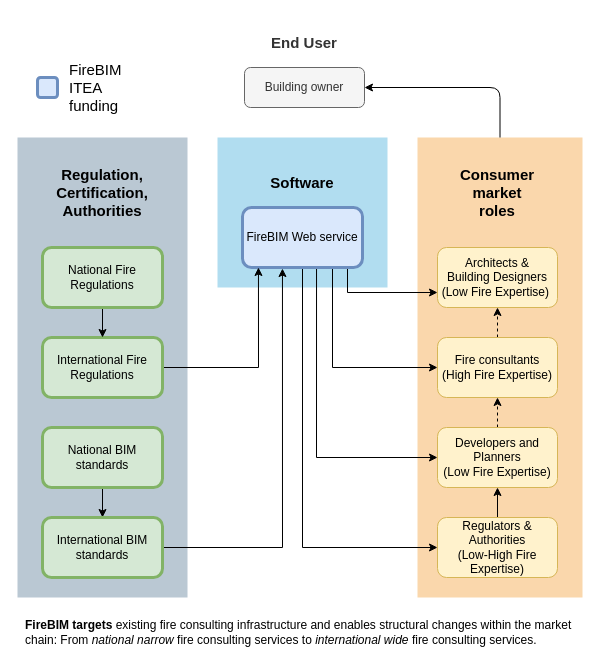
This is diagram/FireBIM Market Value Chain Ultra Lite.drawio from Kristoffernegendahl/fireBIM, a draw.io file, before an edit. Source tidied: cells renumbered, new cells numbered last; positions are measured from the earlier drawing's top-left corner, leaving out a move shared by most shapes. Both pictures are drawn from the tidied source at 100%, with x=0, y=0 at pixel (17, 17).
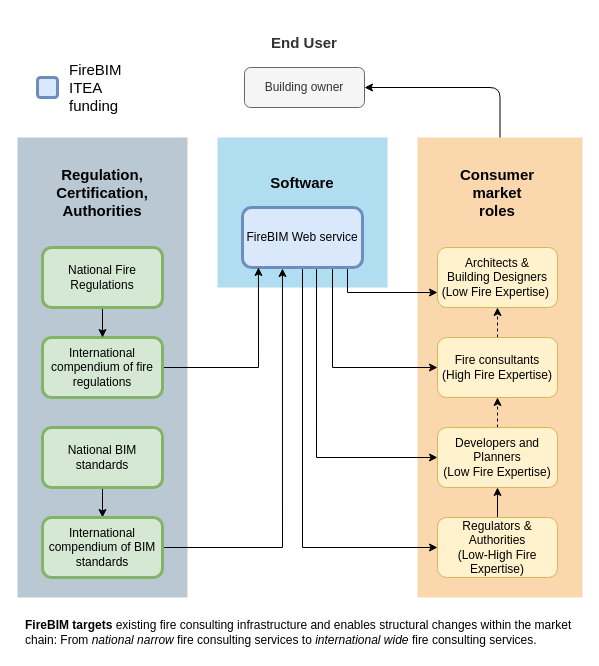
After the change.

The edit, as a diff of the source:
```diff
@@
-    <mxCell id="13" value="International Fire Regulations" style="rounded=1;whiteSpace=wrap;html=1;fillColor=#d5e8d4;strokeColor=#82b366;strokeWidth=3;" parent="1" vertex="1">
+    <mxCell id="13" value="International compendium of fire regulations" style="rounded=1;whiteSpace=wrap;html=1;fillColor=#d5e8d4;strokeColor=#82b366;strokeWidth=3;" parent="1" vertex="1">
       <mxGeometry x="25" y="320" width="120" height="60" as="geometry" />
     </mxCell>
@@
-    <mxCell id="17" value="International BIM standards" style="rounded=1;whiteSpace=wrap;html=1;fillColor=#d5e8d4;strokeColor=#82b366;strokeWidth=3;" parent="1" vertex="1">
+    <mxCell id="17" value="International compendium of BIM standards" style="rounded=1;whiteSpace=wrap;html=1;fillColor=#d5e8d4;strokeColor=#82b366;strokeWidth=3;" parent="1" vertex="1">
       <mxGeometry x="25" y="500" width="120" height="60" as="geometry" />
     </mxCell>
```
